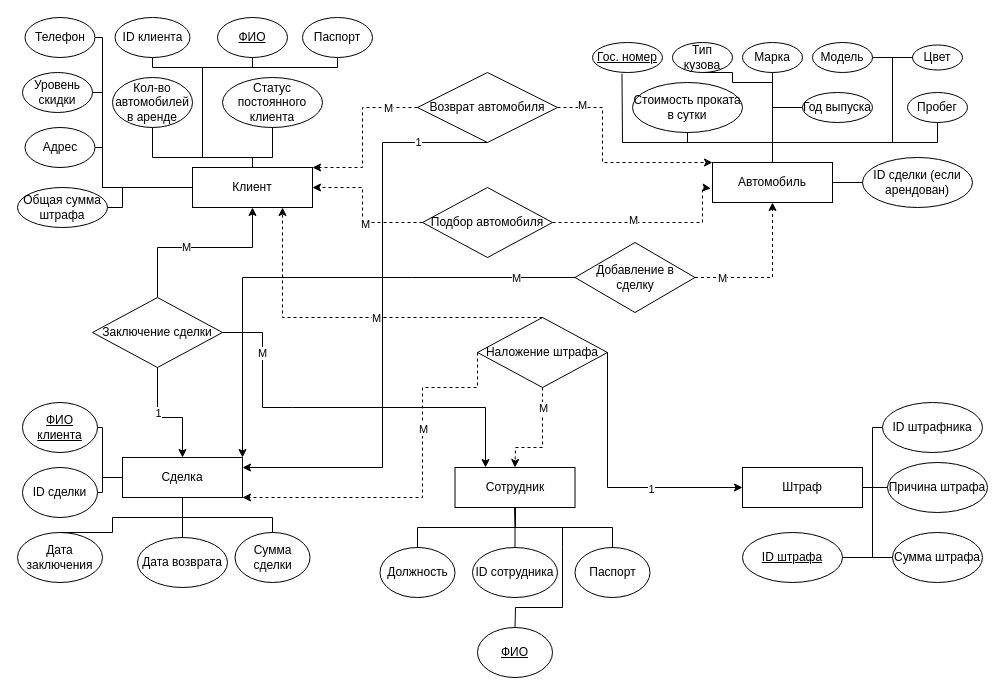
Normantjer/bd_project keeps this draw.io diagram as car_rent_diagram.drawio. Above is the earlier version. Source tidied: cells renumbered, new cells numbered last; positions are measured from the earlier drawing's top-left corner, leaving out a move shared by most shapes. Both pictures are drawn from the tidied source at 100%, with x=0, y=0 at pixel (17, 17).
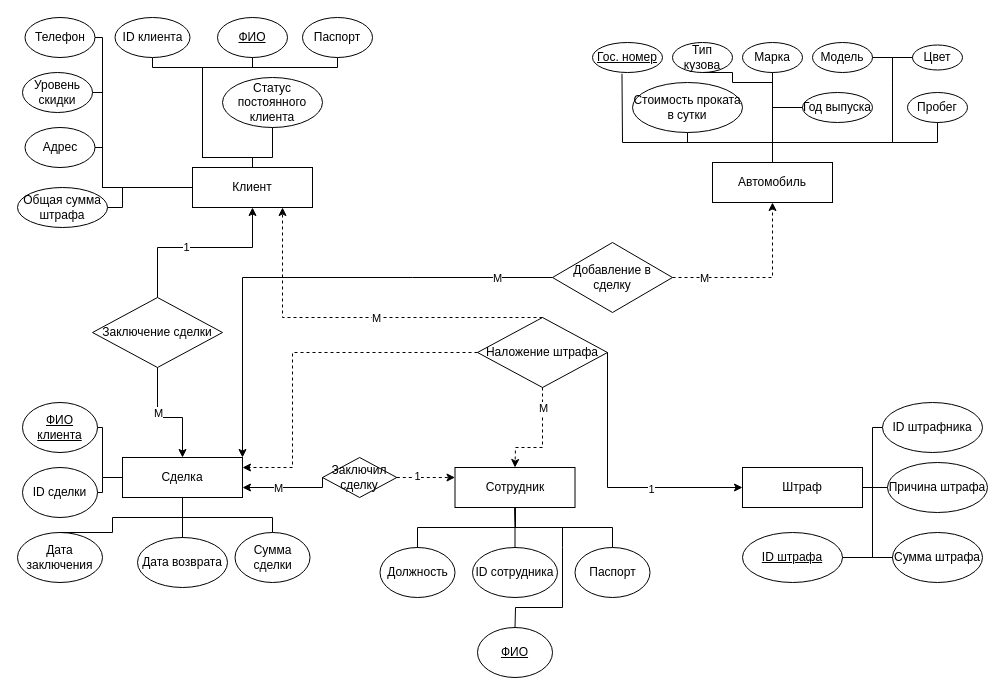
Above is the later version.

Commit message:
upd car_rent_diagram

The change refers to these unchanged cells:
```xml
<mxCell id="2" value="Клиент" style="rounded=0;whiteSpace=wrap;html=1;" parent="1" vertex="1">
  <mxGeometry x="175" y="150" width="120" height="40" as="geometry" />
</mxCell>
<mxCell id="3" value="Сделка" style="rounded=0;whiteSpace=wrap;html=1;" parent="1" vertex="1">
  <mxGeometry x="105" y="440" width="120" height="40" as="geometry" />
</mxCell>
<mxCell id="6" value="Автомобиль" style="rounded=0;whiteSpace=wrap;html=1;" parent="1" vertex="1">
  <mxGeometry x="695" y="145" width="120" height="40" as="geometry" />
</mxCell>
<mxCell id="47" value="Сотрудник" style="rounded=0;whiteSpace=wrap;html=1;" parent="1" vertex="1">
  <mxGeometry x="437.5" y="450" width="120" height="40" as="geometry" />
</mxCell>
<mxCell id="52" value="Заключение сделки" style="rhombus;whiteSpace=wrap;html=1;" parent="1" vertex="1">
  <mxGeometry x="75" y="280" width="130" height="70" as="geometry" />
</mxCell>
<mxCell id="54" value="Наложение штрафа" style="rhombus;whiteSpace=wrap;html=1;" parent="1" vertex="1">
  <mxGeometry x="460" y="300" width="130" height="70" as="geometry" />
</mxCell>
<mxCell id="76" style="endArrow=classic;html=1;rounded=0;exitX=0.5;exitY=0;exitDx=0;exitDy=0;entryX=0.5;entryY=1;entryDx=0;entryDy=0;" parent="1" edge="1" source="52" target="2">
  <mxGeometry relative="1" as="geometry">
    <Array as="points">
      <mxPoint x="140" y="230" />
      <mxPoint x="235" y="230" />
    </Array>
  </mxGeometry>
</mxCell>
<mxCell id="80" style="endArrow=classic;html=1;rounded=0;exitX=0.5;exitY=1;exitDx=0;exitDy=0;entryX=0.5;entryY=0;entryDx=0;entryDy=0;" parent="1" edge="1" source="52" target="3">
  <mxGeometry relative="1" as="geometry">
    <Array as="points">
      <mxPoint x="140" y="400" />
      <mxPoint x="165" y="400" />
    </Array>
  </mxGeometry>
</mxCell>
```

Change to the diagram source:
```diff
@@
-    <mxCell id="4" style="rounded=0;jettySize=auto;html=1;dashed=1;exitX=1;exitY=0.5;exitDx=0;exitDy=0;entryX=-0.014;entryY=0.649;entryDx=0;entryDy=0;entryPerimeter=0;" parent="1" edge="1" source="55" target="6">
-      <mxGeometry relative="1" as="geometry">
-        <Array as="points">
-          <mxPoint x="685" y="205" />
-          <mxPoint x="685" y="170" />
-        </Array>
-      </mxGeometry>
-    </mxCell>
-    <mxCell id="5" value="M" style="edgeLabel;html=1;align=center;verticalAlign=middle;" parent="4" vertex="1">
-      <mxGeometry x="0.59" y="1" relative="1" as="geometry">
-        <mxPoint x="-69" y="1" as="offset" />
-      </mxGeometry>
-    </mxCell>
@@
-    <mxCell id="30" value="Кол-во автомобилей в аренде" style="ellipse;whiteSpace=wrap;html=1;" parent="1" vertex="1">
-      <mxGeometry x="95" y="60" width="80" height="50" as="geometry" />
-    </mxCell>
@@
-    <mxCell id="33" style="endArrow=none;html=1;rounded=0;entryX=0.5;entryY=0;entryDx=0;entryDy=0;exitX=0.5;exitY=1;exitDx=0;exitDy=0;" parent="1" edge="1" source="30" target="2">
-      <mxGeometry relative="1" as="geometry">
-        <Array as="points">
-          <mxPoint x="135" y="140" />
-          <mxPoint x="185" y="140" />
-          <mxPoint x="235" y="140" />
-        </Array>
-      </mxGeometry>
-    </mxCell>
@@
-    <mxCell id="46" value="ID сделки (если арендован)" style="ellipse;whiteSpace=wrap;html=1;" parent="1" vertex="1">
-      <mxGeometry x="845" y="140" width="110" height="50" as="geometry" />
-    </mxCell>
@@
     <mxCell id="53" value="Добавление в сделку" style="rhombus;whiteSpace=wrap;html=1;" parent="1" vertex="1">
-      <mxGeometry x="557.5" y="225" width="120" height="70" as="geometry" />
+      <mxGeometry x="535" y="225" width="120" height="70" as="geometry" />
     </mxCell>
@@
-    <mxCell id="55" value="Подбор автомобиля" style="rhombus;whiteSpace=wrap;html=1;" parent="1" vertex="1">
-      <mxGeometry x="405" y="170" width="130" height="70" as="geometry" />
-    </mxCell>
-    <mxCell id="56" value="Возврат автомобиля" style="rhombus;whiteSpace=wrap;html=1;" parent="1" vertex="1">
-      <mxGeometry x="400" y="55" width="140" height="70" as="geometry" />
-    </mxCell>
@@
-    <mxCell id="70" style="endArrow=none;html=1;rounded=0;exitX=1;exitY=0.5;exitDx=0;exitDy=0;entryX=0;entryY=0.5;entryDx=0;entryDy=0;" parent="1" edge="1" source="6" target="46">
-      <mxGeometry relative="1" as="geometry" />
-    </mxCell>
@@
-    <mxCell id="77" value="M" style="edgeLabel;html=1;align=center;verticalAlign=middle;" parent="76" vertex="1">
+    <mxCell id="77" value="1" style="edgeLabel;html=1;align=center;verticalAlign=middle;" parent="76" vertex="1">
       <mxGeometry x="-0.16" y="1" relative="1" as="geometry" />
     </mxCell>
-    <mxCell id="78" style="endArrow=classic;html=1;rounded=0;exitX=1;exitY=0.5;exitDx=0;exitDy=0;" parent="1" edge="1" source="52">
-      <mxGeometry relative="1" as="geometry">
-        <mxPoint x="468" y="450" as="targetPoint" />
-        <Array as="points">
-          <mxPoint x="245" y="315" />
-          <mxPoint x="245" y="390" />
-          <mxPoint x="275" y="390" />
-          <mxPoint x="468" y="390" />
-        </Array>
-      </mxGeometry>
-    </mxCell>
-    <mxCell id="79" value="M" style="edgeLabel;html=1;align=center;verticalAlign=middle;rotation=0;" parent="78" vertex="1">
-      <mxGeometry x="-0.32" y="-1" relative="1" as="geometry">
-        <mxPoint x="-21" y="-56" as="offset" />
-      </mxGeometry>
-    </mxCell>
@@
-    <mxCell id="81" value="1" style="edgeLabel;html=1;align=center;verticalAlign=middle;" parent="80" vertex="1">
+    <mxCell id="81" value="M" style="edgeLabel;html=1;align=center;verticalAlign=middle;" parent="80" vertex="1">
       <mxGeometry x="-0.22" relative="1" as="geometry" />
     </mxCell>
@@
-    <mxCell id="88" style="endArrow=classic;html=1;rounded=0;exitX=0;exitY=0.5;exitDx=0;exitDy=0;entryX=1;entryY=0;entryDx=0;entryDy=0;dashed=1;" parent="1" edge="1" source="56" target="2">
-      <mxGeometry relative="1" as="geometry">
-        <Array as="points">
-          <mxPoint x="345" y="90" />
-          <mxPoint x="345" y="150" />
-        </Array>
-      </mxGeometry>
-    </mxCell>
-    <mxCell id="89" value="M" style="edgeLabel;html=1;align=center;verticalAlign=middle;" parent="88" vertex="1">
-      <mxGeometry x="-0.64" relative="1" as="geometry" />
-    </mxCell>
-    <mxCell id="90" style="endArrow=classic;html=1;rounded=0;exitX=1;exitY=0.5;exitDx=0;exitDy=0;entryX=0;entryY=0;entryDx=0;entryDy=0;dashed=1;" parent="1" edge="1" source="56" target="6">
-      <mxGeometry relative="1" as="geometry">
-        <Array as="points">
-          <mxPoint x="585" y="90" />
-          <mxPoint x="585" y="145" />
-        </Array>
-      </mxGeometry>
-    </mxCell>
-    <mxCell id="91" value="M" style="edgeLabel;html=1;align=center;verticalAlign=middle;" parent="90" vertex="1">
-      <mxGeometry x="-0.77" y="3" relative="1" as="geometry" />
-    </mxCell>
-    <mxCell id="92" style="endArrow=classic;html=1;rounded=0;entryX=0;entryY=0.5;entryDx=0;entryDy=0;dashed=1;exitX=0;exitY=0.5;exitDx=0;exitDy=0;" parent="1" edge="1" source="55">
-      <mxGeometry relative="1" as="geometry">
-        <mxPoint x="295" y="170" as="targetPoint" />
-        <Array as="points">
-          <mxPoint x="345" y="205" />
-          <mxPoint x="345" y="170" />
-        </Array>
-      </mxGeometry>
-    </mxCell>
-    <mxCell id="93" value="M" style="edgeLabel;html=1;align=center;verticalAlign=middle;" parent="92" vertex="1">
-      <mxGeometry x="-0.2" y="1" relative="1" as="geometry" />
-    </mxCell>
@@
-    <mxCell id="98" style="endArrow=classic;html=1;rounded=0;exitX=0;exitY=0.5;exitDx=0;exitDy=0;entryX=1;entryY=1;entryDx=0;entryDy=0;dashed=1;" parent="1" edge="1" source="54" target="3">
+    <mxCell id="98" style="endArrow=classic;html=1;rounded=0;exitX=0;exitY=0.5;exitDx=0;exitDy=0;entryX=1;entryY=0.25;entryDx=0;entryDy=0;dashed=1;" parent="1" edge="1" source="54" target="3">
       <mxGeometry relative="1" as="geometry">
         <Array as="points">
-          <mxPoint x="460" y="370" />
-          <mxPoint x="405" y="370" />
-          <mxPoint x="405" y="390" />
-          <mxPoint x="405" y="480" />
+          <mxPoint x="275" y="335" />
+          <mxPoint x="275" y="450" />
         </Array>
       </mxGeometry>
     </mxCell>
-    <mxCell id="99" value="M" style="edgeLabel;html=1;align=center;verticalAlign=middle;" parent="98" vertex="1">
-      <mxGeometry x="-0.9" y="-4" relative="1" as="geometry">
-        <mxPoint x="-51" y="57" as="offset" />
-      </mxGeometry>
-    </mxCell>
-    <mxCell id="100" style="endArrow=classic;html=1;rounded=0;entryX=1;entryY=0.25;entryDx=0;entryDy=0;exitX=0.5;exitY=1;exitDx=0;exitDy=0;" parent="1" edge="1" source="56" target="3">
-      <mxGeometry relative="1" as="geometry">
-        <Array as="points">
-          <mxPoint x="365" y="125" />
-          <mxPoint x="365" y="450" />
-        </Array>
-      </mxGeometry>
-    </mxCell>
+    <mxCell id="102" value="Заключил сделку" style="rhombus;whiteSpace=wrap;html=1;" parent="1" vertex="1">
+      <mxGeometry x="305" y="440" width="74.3" height="40" as="geometry" />
+    </mxCell>
+    <mxCell id="103" style="endArrow=classic;html=1;rounded=0;exitX=1;exitY=0.5;exitDx=0;exitDy=0;entryX=0;entryY=0.25;entryDx=0;entryDy=0;dashed=1;" parent="1" edge="1" source="102" target="47">
+      <mxGeometry relative="1" as="geometry" />
+    </mxCell>
-    <mxCell id="101" value="1" style="edgeLabel;html=1;align=center;verticalAlign=middle;" parent="100" vertex="1">
-      <mxGeometry x="-0.49" relative="1" as="geometry">
-        <mxPoint x="35" y="-41" as="offset" />
+    <mxCell id="101" value="1" style="edgeLabel;html=1;align=center;verticalAlign=middle;" parent="103" vertex="1">
+      <mxGeometry x="-0.16" y="2" relative="1" as="geometry">
+        <mxPoint x="-4" as="offset" />
       </mxGeometry>
     </mxCell>
+    <mxCell id="104" style="endArrow=classic;html=1;rounded=0;exitX=0;exitY=0.5;exitDx=0;exitDy=0;entryX=1;entryY=0.75;entryDx=0;entryDy=0;" parent="1" edge="1" source="102" target="3">
+      <mxGeometry relative="1" as="geometry">
+        <Array as="points">
+          <mxPoint x="305" y="470" />
+        </Array>
+      </mxGeometry>
+    </mxCell>
+    <mxCell id="105" value="M" style="edgeLabel;html=1;align=center;verticalAlign=middle;" parent="104" vertex="1">
+      <mxGeometry x="0.22" relative="1" as="geometry" />
+    </mxCell>
```
